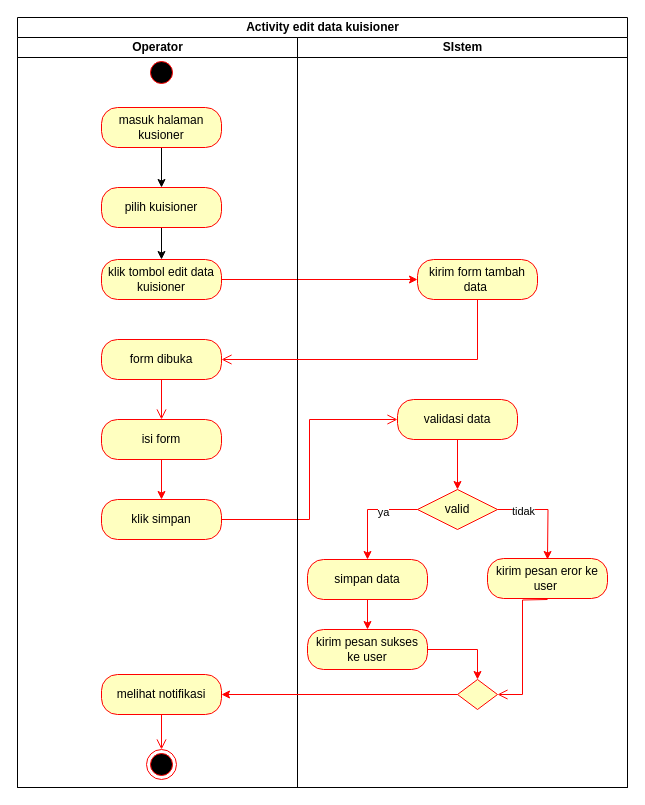
The draw.io diagram activity edit data user.drawio in zzarr/Tugas-Akhir, before the edit. Source tidied: cells renumbered, new cells numbered last; positions are measured from the earlier drawing's top-left corner, leaving out a move shared by most shapes. Both pictures are drawn from the tidied source at 100%, with x=0, y=0 at pixel (17, 17).
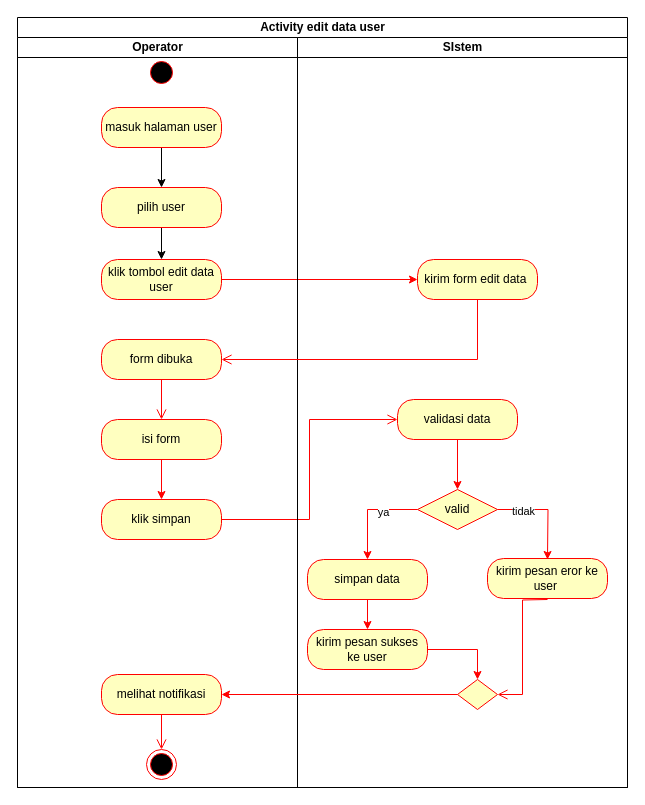
After the change.

The change refers to these unchanged cells:
```xml
<mxCell id="3" value="Operator" style="swimlane;startSize=20;html=1;" parent="2" vertex="1">
  <mxGeometry y="20" width="280" height="750" as="geometry" />
</mxCell>
<mxCell id="21" value="SIstem" style="swimlane;startSize=20;html=1;" parent="2" vertex="1">
  <mxGeometry x="280" y="20" width="330" height="750" as="geometry" />
</mxCell>
```

What changed in the source:
```diff
@@
-    <mxCell id="2" value="Activity edit data kuisioner" style="swimlane;startSize=20;html=1;" parent="1" vertex="1">
+    <mxCell id="2" value="Activity edit data user" style="swimlane;startSize=20;html=1;" parent="1" vertex="1">
       <mxGeometry width="610" height="770" as="geometry" />
     </mxCell>
@@
-    <mxCell id="6" value="klik tombol edit data kuisioner" style="rounded=1;whiteSpace=wrap;html=1;arcSize=40;fontColor=#000000;fillColor=#ffffc0;strokeColor=#ff0000;" parent="3" vertex="1">
+    <mxCell id="6" value="klik tombol edit data user" style="rounded=1;whiteSpace=wrap;html=1;arcSize=40;fontColor=#000000;fillColor=#ffffc0;strokeColor=#ff0000;" parent="3" vertex="1">
       <mxGeometry x="84" y="222" width="120" height="40" as="geometry" />
     </mxCell>
@@
-    <mxCell id="16" value="masuk halaman kusioner" style="rounded=1;whiteSpace=wrap;html=1;arcSize=40;fontColor=#000000;fillColor=#ffffc0;strokeColor=#ff0000;" parent="3" vertex="1">
+    <mxCell id="16" value="masuk halaman user" style="rounded=1;whiteSpace=wrap;html=1;arcSize=40;fontColor=#000000;fillColor=#ffffc0;strokeColor=#ff0000;" parent="3" vertex="1">
       <mxGeometry x="84" y="70" width="120" height="40" as="geometry" />
     </mxCell>
@@
-    <mxCell id="18" value="pilih kuisioner" style="rounded=1;whiteSpace=wrap;html=1;arcSize=40;fontColor=#000000;fillColor=#ffffc0;strokeColor=#ff0000;" parent="3" vertex="1">
+    <mxCell id="18" value="pilih user" style="rounded=1;whiteSpace=wrap;html=1;arcSize=40;fontColor=#000000;fillColor=#ffffc0;strokeColor=#ff0000;" parent="3" vertex="1">
       <mxGeometry x="84" y="150" width="120" height="40" as="geometry" />
     </mxCell>
@@
-    <mxCell id="22" value="kirim form tambah data&amp;nbsp;" style="rounded=1;whiteSpace=wrap;html=1;arcSize=40;fontColor=#000000;fillColor=#ffffc0;strokeColor=#ff0000;" parent="21" vertex="1">
+    <mxCell id="22" value="kirim form edit data&amp;nbsp;" style="rounded=1;whiteSpace=wrap;html=1;arcSize=40;fontColor=#000000;fillColor=#ffffc0;strokeColor=#ff0000;" parent="21" vertex="1">
       <mxGeometry x="120" y="222" width="120" height="40" as="geometry" />
     </mxCell>
```
